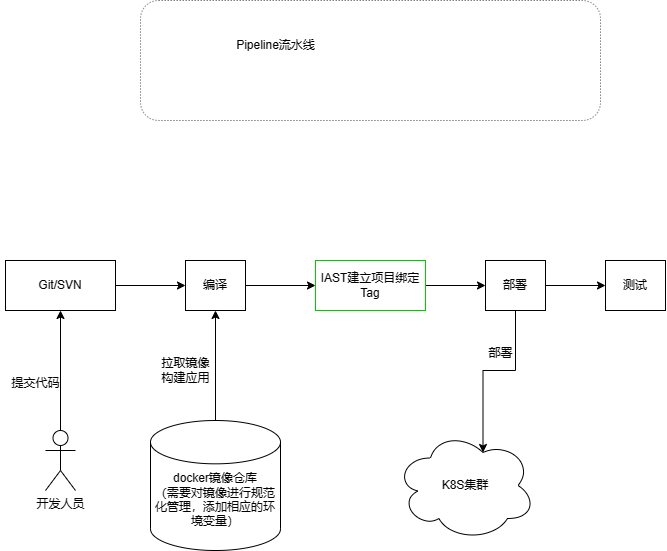
coutcin-xw/FlowChart keeps this draw.io diagram as k8s.png. Above is the earlier version. Source tidied: cells renumbered, new cells last; positions are measured from the earlier drawing's top-left corner, leaving out a move shared by most shapes.
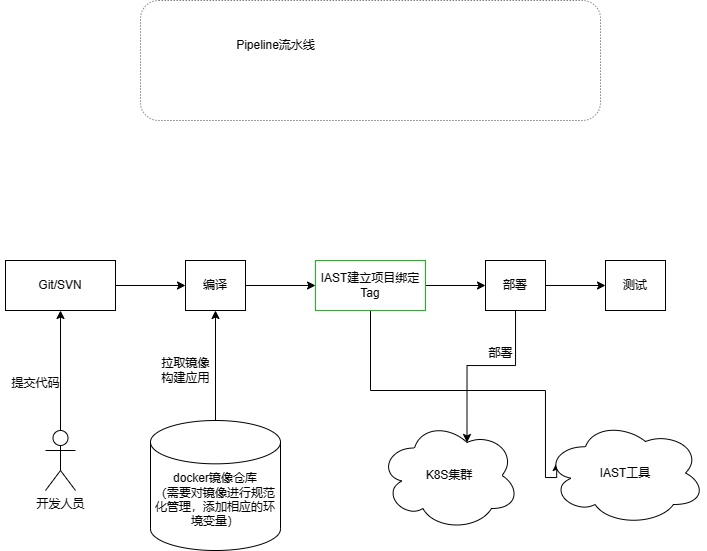
The same diagram one commit later.

What changed in the source:
```diff
@@ -29,6 +29,15 @@
     <mxCell id="10" style="edgeStyle=orthogonalEdgeStyle;rounded=0;jettySize=auto;html=1;exitX=1;exitY=0.5;exitDx=0;exitDy=0;entryX=0;entryY=0.5;entryDx=0;entryDy=0;" parent="1" edge="1" source="11" target="7">
       <mxGeometry relative="1" as="geometry" />
     </mxCell>
+    <mxCell id="22" style="edgeStyle=orthogonalEdgeStyle;rounded=0;jettySize=auto;html=1;entryX=0.07;entryY=0.4;entryDx=0;entryDy=0;entryPerimeter=0;" parent="1" edge="1" source="11" target="23">
+      <mxGeometry relative="1" as="geometry">
+        <Array as="points">
+          <mxPoint x="370" y="390" />
+          <mxPoint x="545" y="390" />
+          <mxPoint x="545" y="477" />
+        </Array>
+      </mxGeometry>
+    </mxCell>
     <mxCell id="11" value="IAST建立项目绑定Tag" style="whiteSpace=wrap;html=1;strokeColor=#00CC00;" parent="1" vertex="1">
       <mxGeometry x="315" y="260" width="110" height="50" as="geometry" />
     </mxCell>
@@ -51,7 +60,7 @@
       <mxGeometry x="605" y="260" width="60" height="50" as="geometry" />
     </mxCell>
     <mxCell id="18" value="K8S集群" style="ellipse;shape=cloud;whiteSpace=wrap;html=1;align=center;" parent="1" vertex="1">
-      <mxGeometry x="395" y="430" width="140" height="110" as="geometry" />
+      <mxGeometry x="379" y="420" width="140" height="110" as="geometry" />
     </mxCell>
     <mxCell id="19" style="edgeStyle=orthogonalEdgeStyle;rounded=0;jettySize=auto;html=1;entryX=0.5;entryY=1;entryDx=0;entryDy=0;" parent="1" edge="1" source="20" target="9">
       <mxGeometry relative="1" as="geometry" />
@@ -62,5 +71,8 @@
     <mxCell id="21" value="部署" style="text;html=1;align=center;verticalAlign=middle;strokeColor=none;fillColor=none;" parent="1" vertex="1">
       <mxGeometry x="475" y="338" width="50" height="30" as="geometry" />
     </mxCell>
+    <mxCell id="23" value="IAST工具" style="ellipse;shape=cloud;whiteSpace=wrap;html=1;" parent="1" vertex="1">
+      <mxGeometry x="545" y="420" width="160" height="105" as="geometry" />
+    </mxCell>
   </root>
 </mxGraphModel>
```
